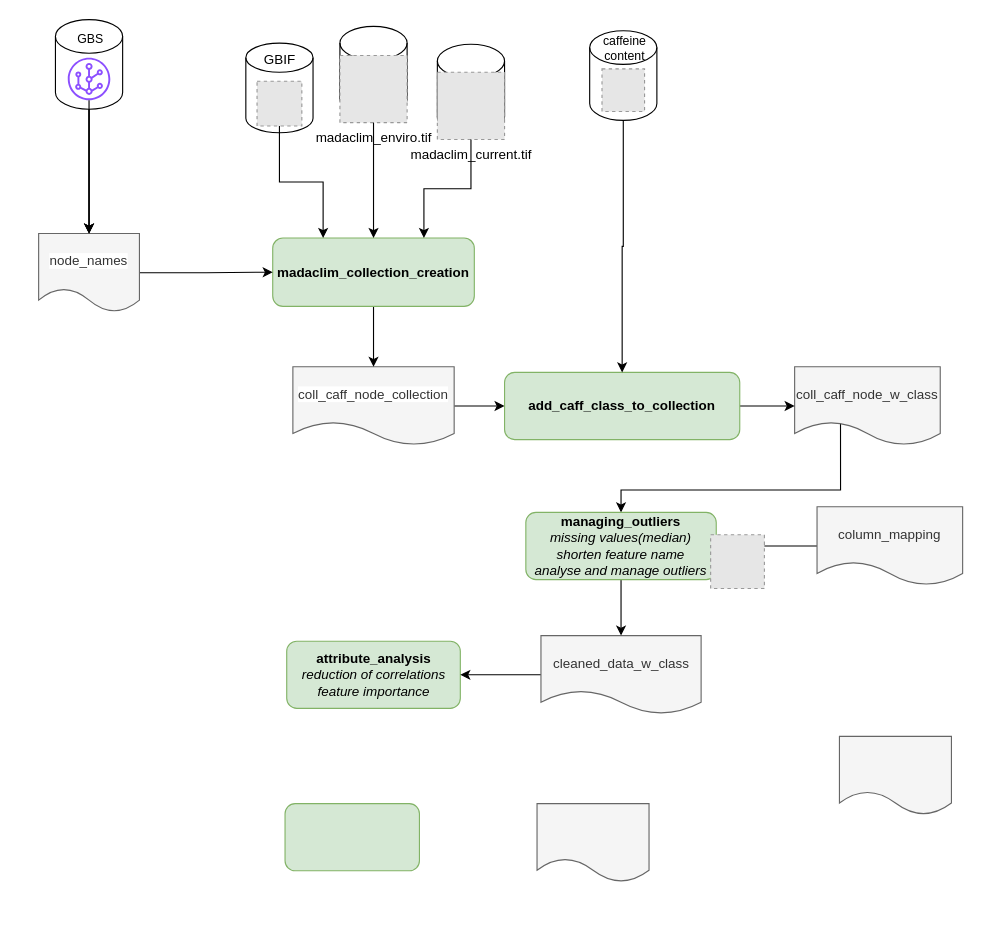
Above: page "scripts" (3 of 3) of img/pipeline.drawio in tahiri-lab/py_madaclim (draw.io), before the change. Source tidied: cells renumbered, new cells numbered last; positions are measured from the earlier drawing's top-left corner, leaving out a move shared by most shapes. Both pictures are drawn from the tidied source at 112%, with x=0, y=0 at pixel (38, 19). Pictures stored in the file or linked from it are replaced by grey dashed boxes.
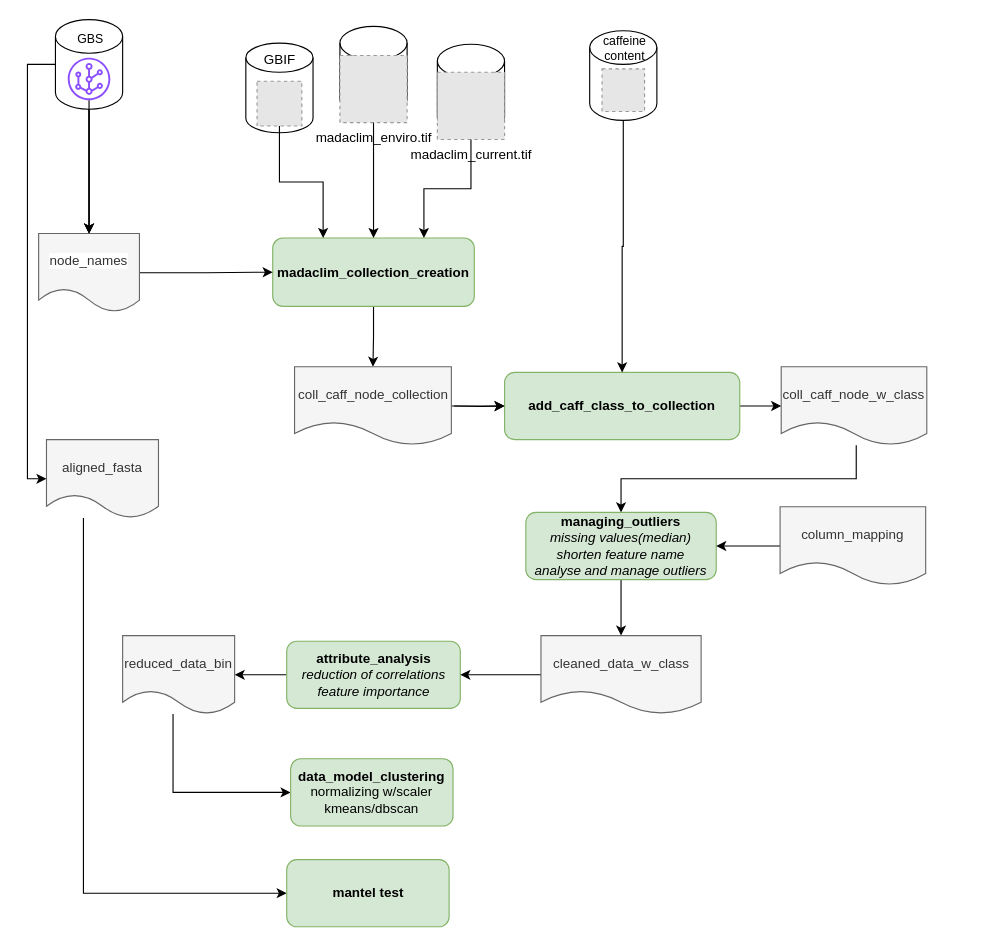
After the change.

Commit message:
Mettre à jour pipeline.drawio

The change refers to these unchanged cells:
```xml
<mxCell id="2" value="attribute_analysis&lt;div&gt;&lt;span style=&quot;font-weight: normal;&quot;&gt;&lt;i&gt;reduction of correlations&lt;/i&gt;&lt;/span&gt;&lt;/div&gt;&lt;div&gt;&lt;span style=&quot;font-weight: normal;&quot;&gt;&lt;i&gt;feature importance&lt;/i&gt;&lt;/span&gt;&lt;/div&gt;" style="rounded=1;whiteSpace=wrap;html=1;fontStyle=1;fillColor=#d5e8d4;strokeColor=#82b366;" parent="1" vertex="1">
  <mxGeometry x="221.5" y="555" width="155" height="60" as="geometry" />
</mxCell>
<mxCell id="16" value="&lt;span style=&quot;color: rgb(0, 0, 0); font-family: Helvetica; font-size: 12px; font-style: normal; font-variant-ligatures: normal; font-variant-caps: normal; letter-spacing: normal; orphans: 2; text-align: center; text-indent: 0px; text-transform: none; widows: 2; word-spacing: 0px; -webkit-text-stroke-width: 0px; white-space: normal; text-decoration-thickness: initial; text-decoration-style: initial; text-decoration-color: initial; float: none; display: inline !important; background-color: rgb(213, 232, 212);&quot;&gt;managing_outliers&lt;/span&gt;&lt;div&gt;&lt;span style=&quot;font-weight: 400;&quot;&gt;&lt;i&gt;missing values(median)&lt;br&gt;shorten feature name&lt;/i&gt;&lt;/span&gt;&lt;/div&gt;&lt;div&gt;&lt;span style=&quot;font-weight: 400;&quot;&gt;&lt;i&gt;analyse and manage outliers&lt;/i&gt;&lt;/span&gt;&lt;/div&gt;" style="rounded=1;whiteSpace=wrap;html=1;fontStyle=1;fillColor=#d5e8d4;strokeColor=#82b366;" parent="1" vertex="1">
  <mxGeometry x="435" y="440" width="170" height="60" as="geometry" />
</mxCell>
<mxCell id="18" value="add_caff_class_to_collection" style="rounded=1;whiteSpace=wrap;html=1;fontStyle=1;fillColor=#d5e8d4;strokeColor=#82b366;" parent="1" vertex="1">
  <mxGeometry x="416" y="315" width="210" height="60" as="geometry" />
</mxCell>
<mxCell id="30" value="&lt;div&gt;&lt;/div&gt;" style="shape=cylinder3;whiteSpace=wrap;html=1;boundedLbl=1;backgroundOutline=1;size=15;" parent="29" vertex="1">
  <mxGeometry width="60" height="80" as="geometry" />
</mxCell>
<mxCell id="39" style="group;" parent="1" vertex="1">
  <mxGeometry x="492" y="10" width="60" height="80" as="geometry" />
</mxCell>
```

What changed in the source:
```diff
@@
+    <mxCell id="48" style="edgeStyle=orthogonalEdgeStyle;rounded=0;jettySize=auto;html=1;" parent="1" edge="1" source="2" target="12">
+      <mxGeometry relative="1" as="geometry" />
+    </mxCell>
@@
-    <mxCell id="3" style="edgeStyle=orthogonalEdgeStyle;rounded=0;jettySize=auto;html=1;" parent="1" edge="1" source="4" target="18">
-      <mxGeometry relative="1" as="geometry" />
+    <mxCell id="3" style="edgeStyle=orthogonalEdgeStyle;rounded=0;jettySize=auto;html=1;" parent="1" edge="1" target="18">
+      <mxGeometry relative="1" as="geometry">
+        <mxPoint x="371" y="345" as="sourcePoint" />
+      </mxGeometry>
     </mxCell>
-    <mxCell id="4" value="&lt;span style=&quot;text-wrap: nowrap; background-color: rgb(255, 255, 255);&quot;&gt;coll_caff_node_collection&lt;/span&gt;" style="shape=document;whiteSpace=wrap;html=1;boundedLbl=1;dashed=0;flipH=1;fillColor=#f5f5f5;fontColor=#333333;strokeColor=#666666;" parent="1" vertex="1">
-      <mxGeometry x="227" y="310" width="144" height="70" as="geometry" />
-    </mxCell>
-    <mxCell id="5" style="edgeStyle=orthogonalEdgeStyle;rounded=0;jettySize=auto;html=1;entryX=0.5;entryY=0;entryDx=0;entryDy=0;exitX=0.685;exitY=0.686;exitDx=0;exitDy=0;exitPerimeter=0;" parent="1" edge="1" source="6" target="16">
+    <mxCell id="5" style="edgeStyle=orthogonalEdgeStyle;rounded=0;jettySize=auto;html=1;entryX=0.5;entryY=0;entryDx=0;entryDy=0;" parent="1" edge="1" source="6" target="16">
       <mxGeometry relative="1" as="geometry">
         <Array as="points">
-          <mxPoint x="715" y="420" />
-          <mxPoint x="545" y="420" />
+          <mxPoint x="730" y="410" />
+          <mxPoint x="520" y="410" />
         </Array>
       </mxGeometry>
     </mxCell>
     <mxCell id="6" value="coll_caff_node_w_class" style="shape=document;whiteSpace=wrap;html=1;boundedLbl=1;dashed=0;flipH=1;fillColor=#f5f5f5;fontColor=#333333;strokeColor=#666666;" parent="1" vertex="1">
-      <mxGeometry x="675" y="310" width="130" height="70" as="geometry" />
+      <mxGeometry x="663" y="310" width="130" height="70" as="geometry" />
     </mxCell>
@@
+    <mxCell id="49" style="edgeStyle=orthogonalEdgeStyle;rounded=0;jettySize=auto;html=1;entryX=0;entryY=0.5;entryDx=0;entryDy=0;" parent="1" edge="1" source="11" target="53">
+      <mxGeometry relative="1" as="geometry">
+        <Array as="points">
+          <mxPoint x="40" y="780" />
+        </Array>
+      </mxGeometry>
+    </mxCell>
-    <mxCell id="11" style="shape=document;whiteSpace=wrap;html=1;boundedLbl=1;dashed=0;flipH=1;fillColor=#f5f5f5;fontColor=#333333;strokeColor=#666666;" parent="1" vertex="1">
-      <mxGeometry x="715" y="640" width="100" height="70" as="geometry" />
+    <mxCell id="11" value="aligned_fasta" style="shape=document;whiteSpace=wrap;html=1;boundedLbl=1;dashed=0;flipH=1;fillColor=#f5f5f5;fontColor=#333333;strokeColor=#666666;" parent="1" vertex="1">
+      <mxGeometry x="7" y="375" width="100" height="70" as="geometry" />
     </mxCell>
+    <mxCell id="50" style="edgeStyle=orthogonalEdgeStyle;rounded=0;jettySize=auto;html=1;entryX=0;entryY=0.5;entryDx=0;entryDy=0;" parent="1" edge="1" source="12" target="46">
+      <mxGeometry relative="1" as="geometry">
+        <Array as="points">
+          <mxPoint x="120" y="690" />
+        </Array>
+      </mxGeometry>
+    </mxCell>
-    <mxCell id="12" style="shape=document;whiteSpace=wrap;html=1;boundedLbl=1;dashed=0;flipH=1;fillColor=#f5f5f5;fontColor=#333333;strokeColor=#666666;" parent="1" vertex="1">
-      <mxGeometry x="445" y="700" width="100" height="70" as="geometry" />
+    <mxCell id="12" value="reduced_data_bin" style="shape=document;whiteSpace=wrap;html=1;boundedLbl=1;dashed=0;flipH=1;fillColor=#f5f5f5;fontColor=#333333;strokeColor=#666666;" parent="1" vertex="1">
+      <mxGeometry x="75" y="550" width="100" height="70" as="geometry" />
     </mxCell>
@@
+    <mxCell id="51" style="group;" parent="39" vertex="1">
+      <mxGeometry width="60" height="80" as="geometry" />
+    </mxCell>
-    <mxCell id="40" style="shape=cylinder3;whiteSpace=wrap;html=1;boundedLbl=1;backgroundOutline=1;size=15;" parent="39" vertex="1">
+    <mxCell id="40" style="shape=cylinder3;whiteSpace=wrap;html=1;boundedLbl=1;backgroundOutline=1;size=15;" parent="51" vertex="1">
       <mxGeometry width="60" height="80" as="geometry" />
     </mxCell>
-    <mxCell id="41" style="fillColor=#E6E6E6;strokeColor=#999999;dashed=1;html=1;verticalAlign=top;verticalLabelPosition=bottom;labelBackgroundColor=#ffffff;" parent="39" vertex="1">
+    <mxCell id="41" style="fillColor=#E6E6E6;strokeColor=#999999;dashed=1;html=1;verticalAlign=top;verticalLabelPosition=bottom;labelBackgroundColor=#ffffff;" parent="51" vertex="1">
       <mxGeometry x="11" y="34" width="38" height="38" as="geometry" />
     </mxCell>
@@
     <mxCell id="45" value="column_mapping" style="shape=document;whiteSpace=wrap;html=1;boundedLbl=1;dashed=0;flipH=1;fillColor=#f5f5f5;fontColor=#333333;strokeColor=#666666;" parent="1" vertex="1">
-      <mxGeometry x="695" y="435" width="130" height="70" as="geometry" />
+      <mxGeometry x="662" y="435" width="130" height="70" as="geometry" />
     </mxCell>
-    <mxCell id="46" style="rounded=1;whiteSpace=wrap;html=1;fillColor=#d5e8d4;strokeColor=#82b366;fontStyle=1;" parent="1" vertex="1">
-      <mxGeometry x="220" y="700" width="120" height="60" as="geometry" />
+    <mxCell id="46" value="data_model_clustering&lt;div&gt;&lt;span style=&quot;font-weight: 400;&quot;&gt;normalizing w/scaler&lt;br&gt;&lt;/span&gt;&lt;span style=&quot;font-weight: 400; background-color: initial;&quot;&gt;kmeans/dbscan&lt;br&gt;&lt;/span&gt;&lt;/div&gt;" style="rounded=1;whiteSpace=wrap;html=1;fillColor=#d5e8d4;strokeColor=#82b366;fontStyle=1;" parent="1" vertex="1">
+      <mxGeometry x="225" y="660" width="145" height="60" as="geometry" />
     </mxCell>
-    <mxCell id="47" style="fillColor=#E6E6E6;strokeColor=#999999;dashed=1;verticalLabelPosition=bottom;labelBackgroundColor=default;verticalAlign=top;" parent="1" vertex="1">
-      <mxGeometry x="600" y="460" width="48" height="48" as="geometry" />
-    </mxCell>
+    <mxCell id="52" style="edgeStyle=orthogonalEdgeStyle;rounded=0;jettySize=auto;html=1;entryX=0;entryY=0.5;entryDx=0;entryDy=0;" parent="1" edge="1" source="30" target="11">
+      <mxGeometry relative="1" as="geometry">
+        <Array as="points">
+          <mxPoint x="-10" y="40" />
+          <mxPoint x="-10" y="410" />
+        </Array>
+      </mxGeometry>
+    </mxCell>
+    <mxCell id="53" value="mantel test" style="rounded=1;whiteSpace=wrap;html=1;fillColor=#d5e8d4;strokeColor=#82b366;fontStyle=1;" parent="1" vertex="1">
+      <mxGeometry x="221.5" y="750" width="145" height="60" as="geometry" />
+    </mxCell>
+    <mxCell id="54" style="edgeStyle=orthogonalEdgeStyle;rounded=0;jettySize=auto;html=1;" parent="1" edge="1" source="4" target="18">
+      <mxGeometry relative="1" as="geometry" />
+    </mxCell>
+    <mxCell id="4" value="coll_caff_node_collection" style="shape=document;whiteSpace=wrap;html=1;boundedLbl=1;dashed=0;flipH=1;fillColor=#f5f5f5;fontColor=#333333;strokeColor=#666666;" parent="1" vertex="1">
+      <mxGeometry x="228.5" y="310" width="140" height="70" as="geometry" />
+    </mxCell>
```
